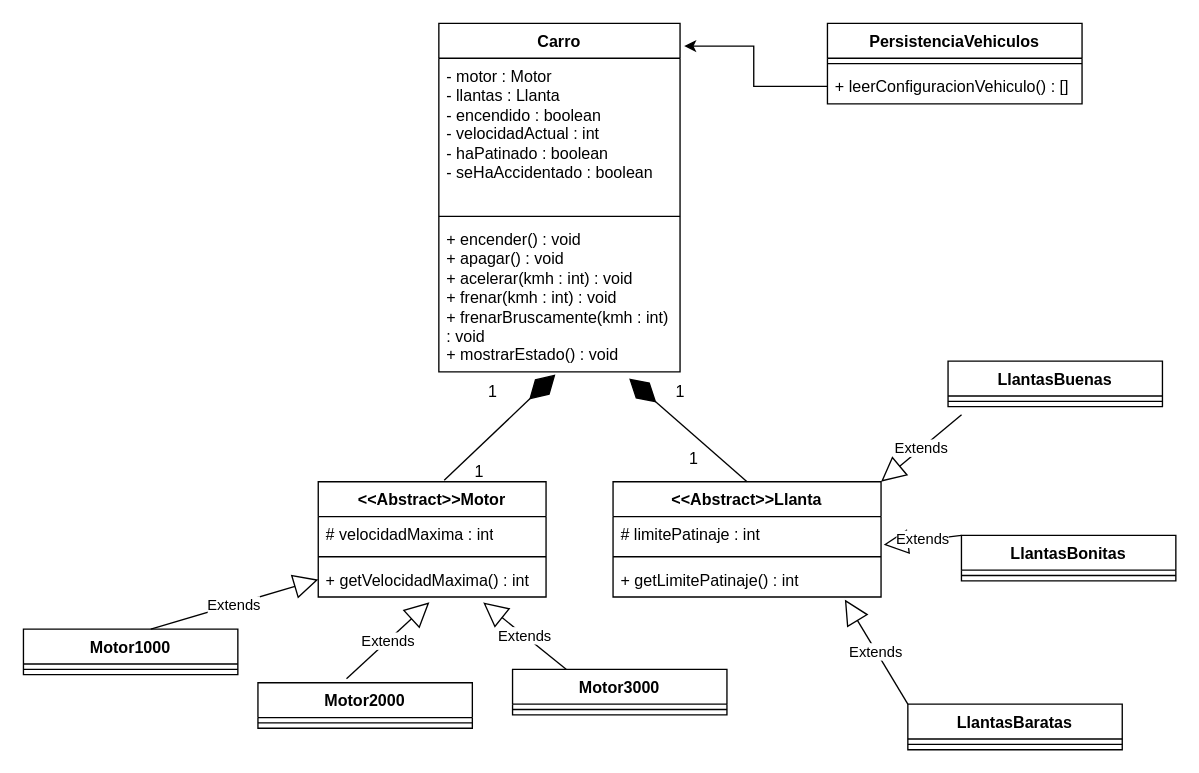
Above: simuladorDeVehiculo/SimuladorCarro.drawio in JDPinillaa/simuladorVehiculo (draw.io), before the change. Source tidied: cells renumbered, new cells numbered last; positions are measured from the earlier drawing's top-left corner, leaving out a move shared by most shapes. Both pictures are drawn from the tidied source at 134%, with x=0, y=0 at pixel (23, 23).
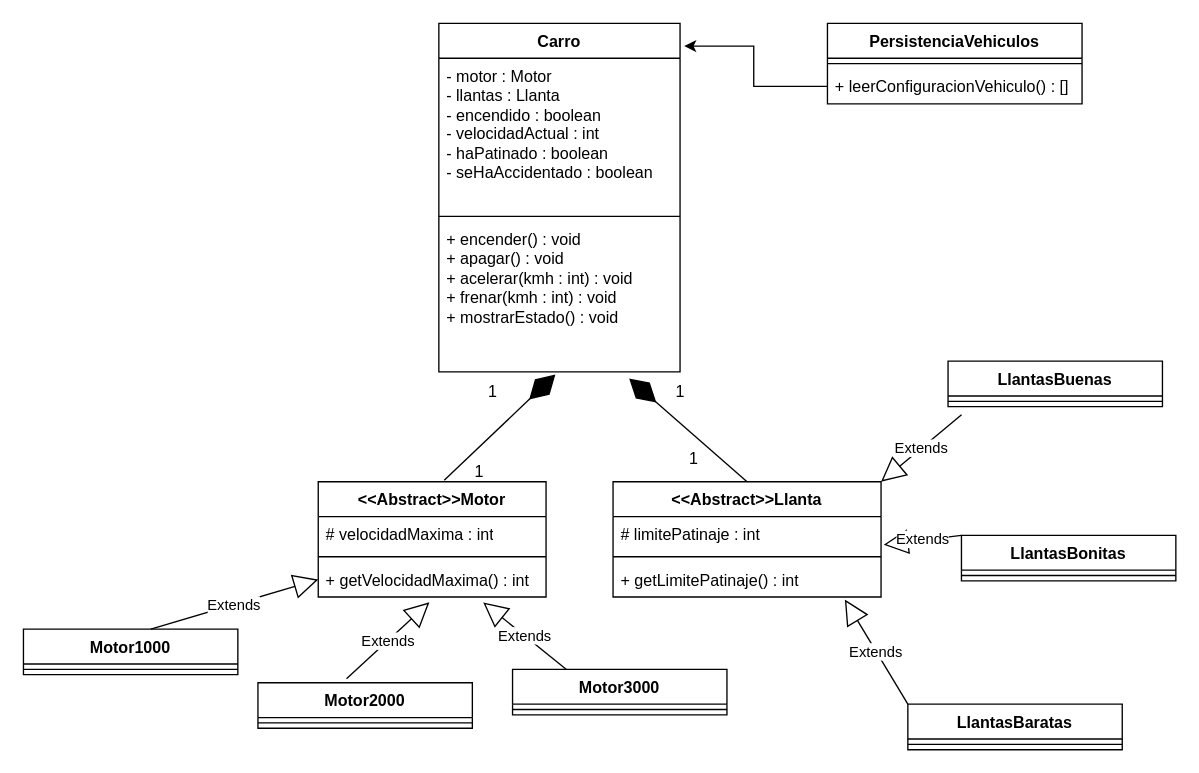
The same page after the edit.

Commit message (it also covers changes not shown here):
sonidos arreglados

The change refers to these unchanged cells:
```xml
<mxCell id="2" value="Carro" style="swimlane;fontStyle=1;align=center;verticalAlign=top;horizontal=1;startSize=26;whiteSpace=wrap;html=1;" parent="1" vertex="1">
  <mxGeometry x="310" width="180" height="260" as="geometry" />
</mxCell>
```

The edit, as a diff of the source:
```diff
@@
-    <mxCell id="5" value="+ encender() : void&lt;div&gt;+ apagar() : void&lt;/div&gt;&lt;div&gt;+ acelerar(kmh : int) : void&lt;/div&gt;&lt;div&gt;+ frenar(kmh : int) : void&lt;/div&gt;&lt;div&gt;+ frenarBruscamente(kmh : int) : void&lt;/div&gt;&lt;div&gt;+ mostrarEstado() : void&lt;/div&gt;&lt;div&gt;&lt;br&gt;&lt;/div&gt;" style="text;strokeColor=none;fillColor=none;align=left;verticalAlign=top;spacingLeft=4;spacingRight=4;overflow=hidden;points=[[0,0.5],[1,0.5]];portConstraint=eastwest;whiteSpace=wrap;html=1;" parent="2" vertex="1">
+    <mxCell id="5" value="+ encender() : void&lt;div&gt;+ apagar() : void&lt;/div&gt;&lt;div&gt;+ acelerar(kmh : int) : void&lt;/div&gt;&lt;div&gt;+ frenar(kmh : int) : void&lt;/div&gt;&lt;div&gt;+ mostrarEstado() : void&lt;/div&gt;&lt;div&gt;&lt;br&gt;&lt;/div&gt;" style="text;strokeColor=none;fillColor=none;align=left;verticalAlign=top;spacingLeft=4;spacingRight=4;overflow=hidden;points=[[0,0.5],[1,0.5]];portConstraint=eastwest;whiteSpace=wrap;html=1;" parent="2" vertex="1">
       <mxGeometry y="148" width="180" height="112" as="geometry" />
     </mxCell>
```
